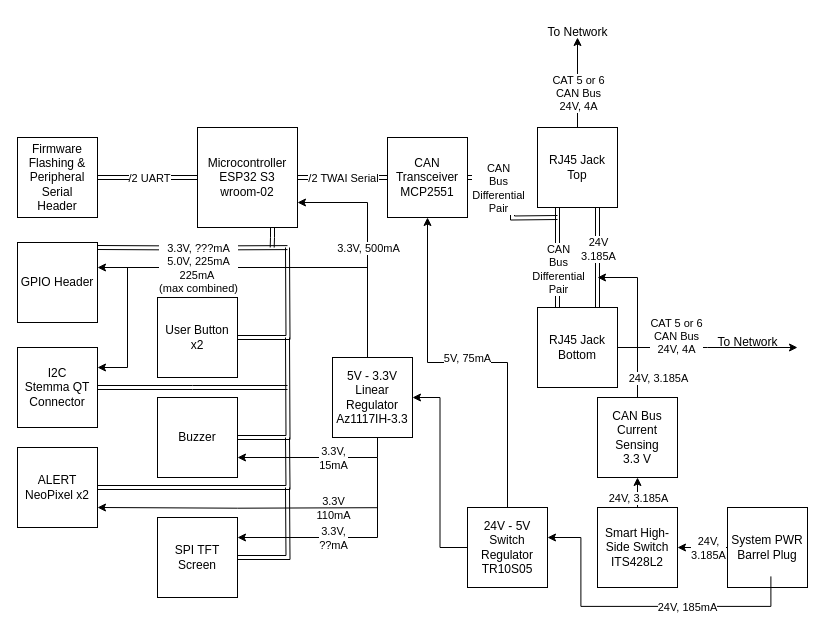
Before: BlockDiagrams/BaseStationBlock.drawio in ProjectFishWorks/Documentation, a draw.io diagram. Source tidied: cells renumbered, new cells numbered last; positions are measured from the earlier drawing's top-left corner, leaving out a move shared by most shapes. Both pictures are drawn from the tidied source at 100%, with x=0, y=0 at pixel (17, 17).
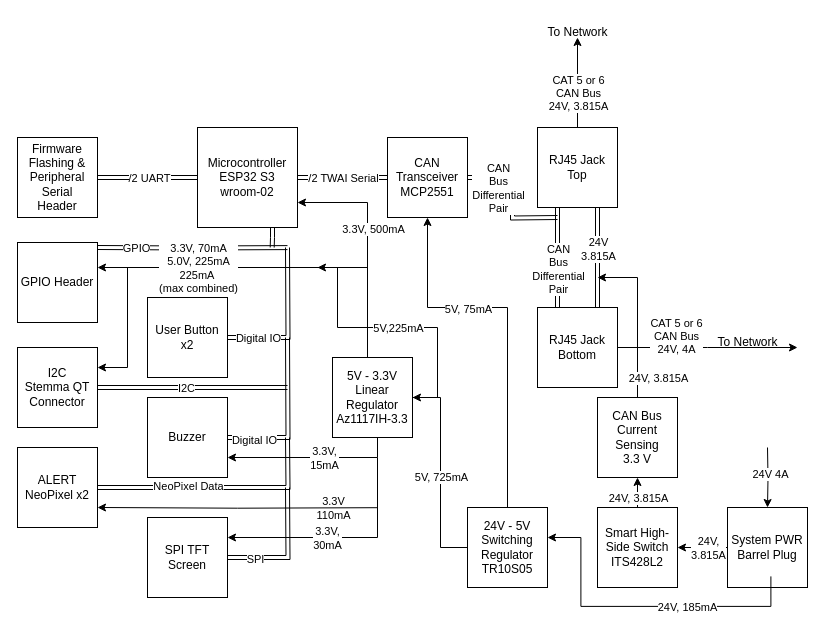
The same page after the edit.

Unchanged cells that the change refers to:
```xml
<mxCell id="2" style="edgeStyle=orthogonalEdgeStyle;rounded=0;orthogonalLoop=1;jettySize=auto;html=1;exitX=1;exitY=0.25;exitDx=0;exitDy=0;shape=link;" parent="1" edge="1">
  <mxGeometry relative="1" as="geometry">
    <mxPoint x="80" y="230" as="sourcePoint" />
    <mxPoint x="270" y="230.1" as="targetPoint" />
  </mxGeometry>
</mxCell>
<mxCell id="5" style="edgeStyle=orthogonalEdgeStyle;rounded=0;jettySize=auto;html=1;exitX=0.75;exitY=1;exitDx=0;exitDy=0;entryX=0.75;entryY=0;entryDx=0;entryDy=0;shape=link;" parent="1" edge="1" source="9" target="11">
  <mxGeometry relative="1" as="geometry" />
</mxCell>
<mxCell id="7" style="edgeStyle=orthogonalEdgeStyle;rounded=0;jettySize=auto;html=1;" parent="1" edge="1" source="9">
  <mxGeometry relative="1" as="geometry">
    <mxPoint x="560" y="20" as="targetPoint" />
  </mxGeometry>
</mxCell>
<mxCell id="20" value="CAN Transceiver&lt;div&gt;MCP2551&lt;/div&gt;" style="whiteSpace=wrap;html=1;" parent="1" vertex="1">
  <mxGeometry x="370" y="120" width="80" height="80" as="geometry" />
</mxCell>
<mxCell id="25" style="edgeStyle=orthogonalEdgeStyle;rounded=0;jettySize=auto;html=1;entryX=1;entryY=0.75;entryDx=0;entryDy=0;" parent="1" edge="1" source="28" target="18">
  <mxGeometry relative="1" as="geometry">
    <Array as="points">
      <mxPoint x="350" y="185" />
    </Array>
  </mxGeometry>
</mxCell>
<mxCell id="28" value="5V - 3.3V&lt;div&gt;Linear&lt;/div&gt;&lt;div&gt;Regulator&lt;/div&gt;&lt;div&gt;Az1117IH-3.3&lt;br&gt;&lt;/div&gt;" style="whiteSpace=wrap;html=1;" parent="1" vertex="1">
  <mxGeometry x="315" y="340" width="80" height="80" as="geometry" />
</mxCell>
<mxCell id="32" style="edgeStyle=orthogonalEdgeStyle;rounded=0;orthogonalLoop=1;jettySize=auto;html=1;" parent="1" edge="1">
  <mxGeometry relative="1" as="geometry">
    <mxPoint x="350" y="250" as="sourcePoint" />
    <mxPoint x="80" y="250" as="targetPoint" />
  </mxGeometry>
</mxCell>
<mxCell id="35" style="edgeStyle=orthogonalEdgeStyle;rounded=0;jettySize=auto;html=1;shape=link;" parent="1" edge="1" source="37">
  <mxGeometry relative="1" as="geometry">
    <mxPoint x="270" y="370" as="targetPoint" />
  </mxGeometry>
</mxCell>
<mxCell id="38" style="edgeStyle=orthogonalEdgeStyle;rounded=0;jettySize=auto;html=1;shape=link;" parent="1" edge="1" source="41">
  <mxGeometry relative="1" as="geometry">
    <mxPoint x="270" y="420" as="targetPoint" />
  </mxGeometry>
</mxCell>
<mxCell id="42" style="edgeStyle=orthogonalEdgeStyle;rounded=0;jettySize=auto;html=1;shape=link;" parent="1" edge="1" source="44">
  <mxGeometry relative="1" as="geometry">
    <mxPoint x="270" y="320" as="targetPoint" />
  </mxGeometry>
</mxCell>
<mxCell id="45" style="edgeStyle=orthogonalEdgeStyle;rounded=0;jettySize=auto;html=1;entryX=1;entryY=0.5;entryDx=0;entryDy=0;" parent="1" edge="1" source="47" target="55">
  <mxGeometry relative="1" as="geometry" />
</mxCell>
<mxCell id="47" value="System PWR Barrel Plug" style="whiteSpace=wrap;html=1;" parent="1" vertex="1">
  <mxGeometry x="710" y="490" width="80" height="80" as="geometry" />
</mxCell>
<mxCell id="51" style="edgeStyle=orthogonalEdgeStyle;rounded=0;jettySize=auto;html=1;shape=link;" parent="1" edge="1" source="52">
  <mxGeometry relative="1" as="geometry">
    <mxPoint x="270" y="230" as="targetPoint" />
  </mxGeometry>
</mxCell>
<mxCell id="53" style="edgeStyle=orthogonalEdgeStyle;rounded=0;jettySize=auto;html=1;entryX=0.5;entryY=1;entryDx=0;entryDy=0;" parent="1" edge="1" source="55" target="50">
  <mxGeometry relative="1" as="geometry" />
</mxCell>
<mxCell id="58" style="edgeStyle=orthogonalEdgeStyle;rounded=0;jettySize=auto;html=1;shape=link;" parent="1" edge="1" source="61">
  <mxGeometry relative="1" as="geometry">
    <mxPoint x="270" y="470" as="targetPoint" />
  </mxGeometry>
</mxCell>
<mxCell id="59" style="edgeStyle=orthogonalEdgeStyle;rounded=0;jettySize=auto;html=1;entryX=1;entryY=0.25;entryDx=0;entryDy=0;" parent="1" edge="1" target="61">
  <mxGeometry relative="1" as="geometry">
    <mxPoint x="360" y="440" as="sourcePoint" />
    <Array as="points">
      <mxPoint x="360" y="520" />
    </Array>
  </mxGeometry>
</mxCell>
```

The edit, as a diff of the source:
```diff
@@
+    <mxCell id="64" value="GPIO" style="edgeLabel;html=1;align=center;verticalAlign=middle;" parent="2" vertex="1">
+      <mxGeometry x="-0.6" relative="1" as="geometry">
+        <mxPoint x="1" as="offset" />
+      </mxGeometry>
+    </mxCell>
@@
-    <mxCell id="6" value="24V&lt;div&gt;3.185A&lt;/div&gt;" style="edgeLabel;html=1;align=center;verticalAlign=middle;" parent="5" vertex="1">
+    <mxCell id="6" value="24V&lt;div&gt;3.815A&lt;/div&gt;" style="edgeLabel;html=1;align=center;verticalAlign=middle;" parent="5" vertex="1">
       <mxGeometry x="-0.29" relative="1" as="geometry">
         <mxPoint y="5" as="offset" />
       </mxGeometry>
     </mxCell>
@@
-    <mxCell id="8" value="CAT 5 or 6&lt;div&gt;CAN Bus&lt;/div&gt;&lt;div&gt;24V, 4A&lt;/div&gt;" style="edgeLabel;html=1;align=center;verticalAlign=middle;" parent="7" vertex="1">
+    <mxCell id="8" value="CAT 5 or 6&lt;div&gt;CAN Bus&lt;/div&gt;&lt;div&gt;24V, 3.815A&lt;/div&gt;" style="edgeLabel;html=1;align=center;verticalAlign=middle;" parent="7" vertex="1">
       <mxGeometry x="-0.1" y="-1" relative="1" as="geometry">
         <mxPoint x="-1" y="6" as="offset" />
       </mxGeometry>
     </mxCell>
@@
     <mxCell id="21" style="edgeStyle=orthogonalEdgeStyle;rounded=0;jettySize=auto;html=1;entryX=1;entryY=0.5;entryDx=0;entryDy=0;" parent="1" edge="1" source="24" target="28">
-      <mxGeometry relative="1" as="geometry" />
+      <mxGeometry relative="1" as="geometry">
+        <Array as="points">
+          <mxPoint x="423" y="530" />
+          <mxPoint x="423" y="380" />
+        </Array>
+      </mxGeometry>
     </mxCell>
+    <mxCell id="65" value="5V, 725mA" style="edgeLabel;html=1;align=center;verticalAlign=middle;" parent="21" vertex="1">
+      <mxGeometry x="-0.26" relative="1" as="geometry">
+        <mxPoint y="-22" as="offset" />
+      </mxGeometry>
+    </mxCell>
     <mxCell id="22" style="edgeStyle=orthogonalEdgeStyle;rounded=0;jettySize=auto;html=1;entryX=0.5;entryY=1;entryDx=0;entryDy=0;" parent="1" edge="1" source="24" target="20">
-      <mxGeometry relative="1" as="geometry" />
+      <mxGeometry relative="1" as="geometry">
+        <Array as="points">
+          <mxPoint x="490" y="290" />
+          <mxPoint x="410" y="290" />
+        </Array>
+      </mxGeometry>
     </mxCell>
     <mxCell id="23" value="5V, 75mA" style="edgeLabel;html=1;align=center;verticalAlign=middle;" parent="22" vertex="1">
       <mxGeometry x="0.06" relative="1" as="geometry">
-        <mxPoint x="10" y="-5" as="offset" />
+        <mxPoint x="-40" y="-3" as="offset" />
       </mxGeometry>
     </mxCell>
-    <mxCell id="24" value="24V - 5V&lt;div&gt;Switch Regulator&lt;/div&gt;&lt;div&gt;TR10S05&lt;/div&gt;" style="whiteSpace=wrap;html=1;" parent="1" vertex="1">
+    <mxCell id="24" value="24V - 5V&lt;div&gt;Switching Regulator&lt;/div&gt;&lt;div&gt;TR10S05&lt;/div&gt;" style="whiteSpace=wrap;html=1;" parent="1" vertex="1">
       <mxGeometry x="450" y="490" width="80" height="80" as="geometry" />
     </mxCell>
@@
     <mxCell id="26" value="3.3V, 500mA" style="edgeLabel;html=1;align=center;verticalAlign=middle;" parent="25" vertex="1">
       <mxGeometry x="-0.5" relative="1" as="geometry">
-        <mxPoint y="-54" as="offset" />
+        <mxPoint x="5" y="-73" as="offset" />
       </mxGeometry>
     </mxCell>
@@
+    <mxCell id="66" style="edgeStyle=orthogonalEdgeStyle;rounded=0;jettySize=auto;html=1;exitX=1;exitY=0.5;exitDx=0;exitDy=0;" parent="1" edge="1" source="28">
+      <mxGeometry relative="1" as="geometry">
+        <mxPoint x="300" y="250" as="targetPoint" />
+        <Array as="points">
+          <mxPoint x="420" y="380" />
+          <mxPoint x="420" y="310" />
+          <mxPoint x="320" y="310" />
+          <mxPoint x="320" y="250" />
+        </Array>
+      </mxGeometry>
+    </mxCell>
+    <mxCell id="67" value="5V,225mA" style="edgeLabel;html=1;align=center;verticalAlign=middle;" parent="66" vertex="1">
+      <mxGeometry x="0.01" y="1" relative="1" as="geometry">
+        <mxPoint x="4" y="-1" as="offset" />
+      </mxGeometry>
+    </mxCell>
@@
-    <mxCell id="33" value="3.3V, ???mA&lt;div&gt;5.0V, 225mA&lt;br&gt;&lt;div&gt;&lt;div&gt;225mA&amp;nbsp;&lt;/div&gt;&lt;div&gt;(max combined)&lt;/div&gt;&lt;/div&gt;&lt;/div&gt;" style="edgeLabel;html=1;align=center;verticalAlign=middle;" parent="32" vertex="1">
+    <mxCell id="33" value="3.3V, 70mA&lt;div&gt;5.0V, 225mA&lt;br&gt;&lt;div&gt;&lt;div&gt;225mA&amp;nbsp;&lt;/div&gt;&lt;div&gt;(max combined)&lt;/div&gt;&lt;/div&gt;&lt;/div&gt;" style="edgeLabel;html=1;align=center;verticalAlign=middle;" parent="32" vertex="1">
       <mxGeometry x="0.26" relative="1" as="geometry" />
     </mxCell>
@@
+    <mxCell id="68" value="I2C" style="edgeLabel;html=1;align=center;verticalAlign=middle;" parent="35" vertex="1">
+      <mxGeometry x="-0.08" relative="1" as="geometry" />
+    </mxCell>
@@
+    <mxCell id="69" value="NeoPixel Data" style="edgeLabel;html=1;align=center;verticalAlign=middle;" parent="38" vertex="1">
+      <mxGeometry x="-0.25" y="2" relative="1" as="geometry" />
+    </mxCell>
@@
+    <mxCell id="70" value="Digital IO" style="edgeLabel;html=1;align=center;verticalAlign=middle;" parent="42" vertex="1">
+      <mxGeometry x="-0.67" y="-2" relative="1" as="geometry" />
+    </mxCell>
     <mxCell id="44" value="Buzzer" style="whiteSpace=wrap;html=1;" parent="1" vertex="1">
-      <mxGeometry x="140" y="380" width="80" height="80" as="geometry" />
+      <mxGeometry x="130" y="380" width="80" height="80" as="geometry" />
     </mxCell>
@@
-    <mxCell id="46" value="24V,&lt;div&gt;3.185A&lt;/div&gt;" style="edgeLabel;html=1;align=center;verticalAlign=middle;" parent="45" vertex="1">
+    <mxCell id="46" value="24V,&lt;div&gt;3.815A&lt;/div&gt;" style="edgeLabel;html=1;align=center;verticalAlign=middle;" parent="45" vertex="1">
       <mxGeometry x="0.2" relative="1" as="geometry">
         <mxPoint x="10" as="offset" />
       </mxGeometry>
     </mxCell>
+    <mxCell id="71" style="edgeStyle=orthogonalEdgeStyle;rounded=0;jettySize=auto;html=1;entryX=0.5;entryY=0;entryDx=0;entryDy=0;" parent="1" edge="1" target="47">
+      <mxGeometry relative="1" as="geometry">
+        <mxPoint x="750" y="430" as="sourcePoint" />
+      </mxGeometry>
+    </mxCell>
+    <mxCell id="72" value="24V 4A" style="edgeLabel;html=1;align=center;verticalAlign=middle;" parent="71" vertex="1">
+      <mxGeometry x="-0.1" y="2" relative="1" as="geometry" />
+    </mxCell>
@@
+    <mxCell id="73" value="Digital IO" style="edgeLabel;html=1;align=center;verticalAlign=middle;" parent="51" vertex="1">
+      <mxGeometry x="-0.68" y="1" relative="1" as="geometry">
+        <mxPoint x="6" y="1" as="offset" />
+      </mxGeometry>
+    </mxCell>
     <mxCell id="52" value="User Button&lt;div&gt;x2&lt;/div&gt;" style="whiteSpace=wrap;html=1;" parent="1" vertex="1">
-      <mxGeometry x="140" y="280" width="80" height="80" as="geometry" />
+      <mxGeometry x="130" y="280" width="80" height="80" as="geometry" />
     </mxCell>
@@
-    <mxCell id="54" value="24V, 3.185A" style="edgeLabel;html=1;align=center;verticalAlign=middle;" parent="53" vertex="1">
+    <mxCell id="54" value="24V, 3.815A" style="edgeLabel;html=1;align=center;verticalAlign=middle;" parent="53" vertex="1">
       <mxGeometry x="0.64" y="1" relative="1" as="geometry">
         <mxPoint x="1" y="11" as="offset" />
       </mxGeometry>
     </mxCell>
@@
+    <mxCell id="74" value="SPI" style="edgeLabel;html=1;align=center;verticalAlign=middle;" parent="58" vertex="1">
+      <mxGeometry x="-0.58" y="-1" relative="1" as="geometry" />
+    </mxCell>
@@
-    <mxCell id="60" value="3.3V,&lt;div&gt;??mA&lt;/div&gt;" style="edgeLabel;html=1;align=center;verticalAlign=middle;" parent="59" vertex="1">
+    <mxCell id="60" value="3.3V,&lt;div&gt;30mA&lt;/div&gt;" style="edgeLabel;html=1;align=center;verticalAlign=middle;" parent="59" vertex="1">
       <mxGeometry x="0.18" relative="1" as="geometry">
         <mxPoint x="5" as="offset" />
       </mxGeometry>
     </mxCell>
     <mxCell id="61" value="SPI TFT Screen" style="whiteSpace=wrap;html=1;" parent="1" vertex="1">
-      <mxGeometry x="140" y="500" width="80" height="80" as="geometry" />
+      <mxGeometry x="130" y="500" width="80" height="80" as="geometry" />
     </mxCell>
@@
-    <mxCell id="63" value="24V, 3.185A" style="edgeLabel;html=1;align=center;verticalAlign=middle;" parent="1" vertex="1">
+    <mxCell id="63" value="24V, 3.815A" style="edgeLabel;html=1;align=center;verticalAlign=middle;" parent="1" vertex="1">
       <mxGeometry x="640" y="360" as="geometry" />
     </mxCell>
```
